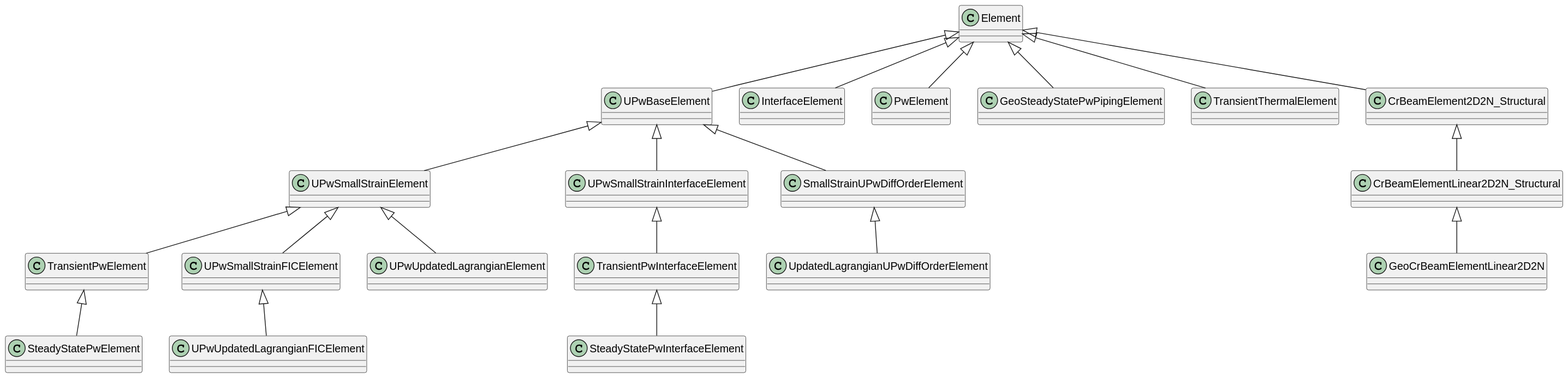
KratosMultiphysics/Kratos keeps this PlantUML diagram as applications/GeoMechanicsApplication/custom_elements/element_hierarchy.svg. Above is the earlier version.
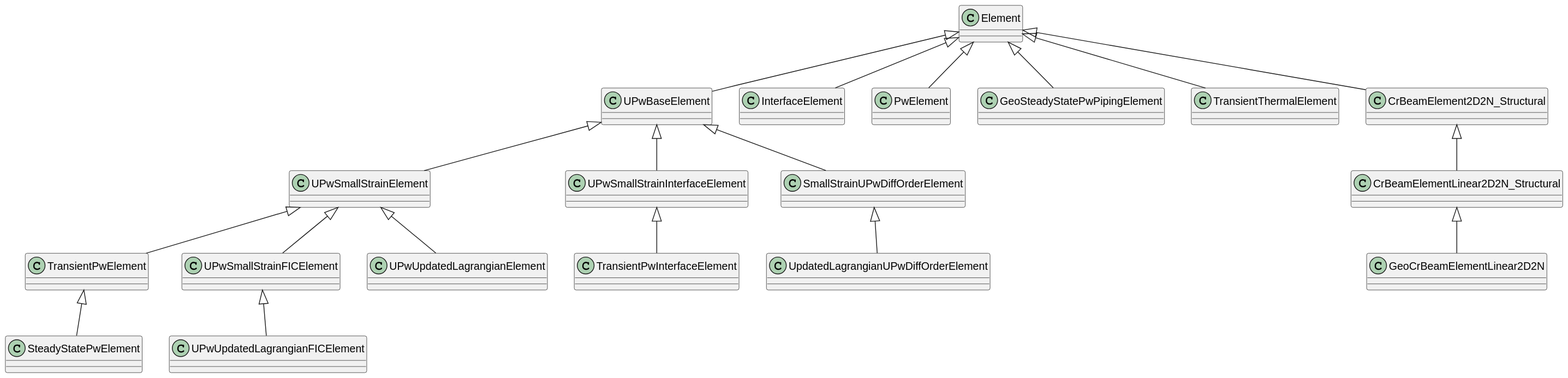
Above is the later version.

What changed in the source:
```diff
@@ -13,7 +13,6 @@
 
 class UPwSmallStrainInterfaceElement
 class TransientPwInterfaceElement
-class SteadyStatePwInterfaceElement
 
 Element <|-- UPwBaseElement
 UPwBaseElement <|-- UPwSmallStrainElement
@@ -32,7 +31,6 @@
 
 UPwBaseElement <|-- UPwSmallStrainInterfaceElement
 UPwSmallStrainInterfaceElement <|-- TransientPwInterfaceElement
-TransientPwInterfaceElement <|-- SteadyStatePwInterfaceElement
 
 class InterfaceElement
 Element <|-- InterfaceElement
```
